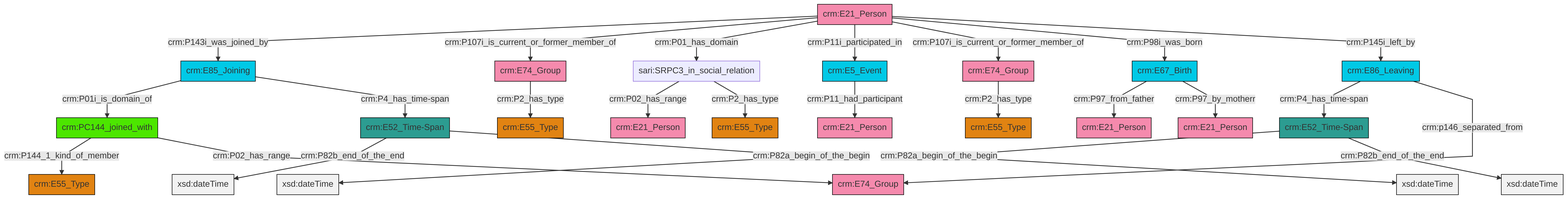
The Mermaid diagram et/personCSV/ttl/mmd/png/Person_Actor_Relations.png in swiss-art-research-net/docs.swissartresearch, before a commit. Its source is kept beside it as et/personCSV/ttl/mmd/Person_Actor_Relations.ttl.mmd.
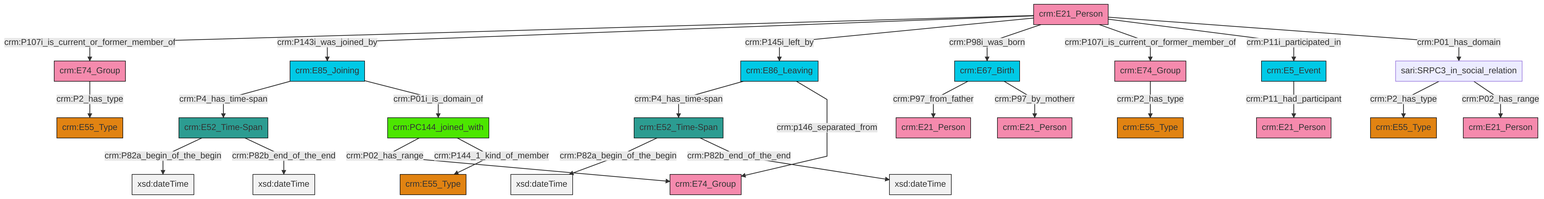
After the change.

What changed in the source:
```diff
@@ -13,27 +13,27 @@
 classDef PC_Classes fill:#4ce600, stroke:#000000;
 classDef Multi fill:#cccccc,stroke:#000000;
 
-2["crm:E67_Birth"]:::Temporal_Entity -->|crm:P97_from_father| 0["crm:E21_Person"]:::Actor
-5["crm:E21_Person"]:::Actor -->|crm:P143i_was_joined_by| 6["crm:E85_Joining"]:::Temporal_Entity
-5["crm:E21_Person"]:::Actor -->|crm:P107i_is_current_or_former_member_of| 7["crm:E74_Group"]:::Actor
-5["crm:E21_Person"]:::Actor -->|crm:P01_has_domain| 8["sari:SRPC3_in_social_relation"]:::Default
-9["crm:E5_Event"]:::Temporal_Entity -->|crm:P11_had_participant| 10["crm:E21_Person"]:::Actor
-7["crm:E74_Group"]:::Actor -->|crm:P2_has_type| 12["crm:E55_Type"]:::Type
-8["sari:SRPC3_in_social_relation"]:::Default -->|crm:P02_has_range| 13["crm:E21_Person"]:::Actor
-5["crm:E21_Person"]:::Actor -->|crm:P11i_participated_in| 9["crm:E5_Event"]:::Temporal_Entity
-5["crm:E21_Person"]:::Actor -->|crm:P107i_is_current_or_former_member_of| 18["crm:E74_Group"]:::Actor
-21["crm:E52_Time-Span"]:::Time-Span -->|crm:P82a_begin_of_the_begin| 22[xsd:dateTime]:::Literal
-5["crm:E21_Person"]:::Actor -->|crm:P98i_was_born| 2["crm:E67_Birth"]:::Temporal_Entity
-25["crm:E52_Time-Span"]:::Time-Span -->|crm:P82b_end_of_the_end| 28[xsd:dateTime]:::Literal
-30["crm:E86_Leaving"]:::Temporal_Entity -->|crm:P4_has_time-span| 21["crm:E52_Time-Span"]:::Time-Span
-30["crm:E86_Leaving"]:::Temporal_Entity -->|crm:p146_separated_from| 14["crm:E74_Group"]:::Actor
-5["crm:E21_Person"]:::Actor -->|crm:P145i_left_by| 30["crm:E86_Leaving"]:::Temporal_Entity
-2["crm:E67_Birth"]:::Temporal_Entity -->|crm:P97_by_motherr| 38["crm:E21_Person"]:::Actor
-19["crm:PC144_joined_with"]:::PC_Classes -->|crm:P144_1_kind_of_member| 23["crm:E55_Type"]:::Type
-6["crm:E85_Joining"]:::Temporal_Entity -->|crm:P01i_is_domain_of| 19["crm:PC144_joined_with"]:::PC_Classes
-18["crm:E74_Group"]:::Actor -->|crm:P2_has_type| 3["crm:E55_Type"]:::Type
-8["sari:SRPC3_in_social_relation"]:::Default -->|crm:P2_has_type| 35["crm:E55_Type"]:::Type
-19["crm:PC144_joined_with"]:::PC_Classes -->|crm:P02_has_range| 14["crm:E74_Group"]:::Actor
-6["crm:E85_Joining"]:::Temporal_Entity -->|crm:P4_has_time-span| 25["crm:E52_Time-Span"]:::Time-Span
-25["crm:E52_Time-Span"]:::Time-Span -->|crm:P82a_begin_of_the_begin| 44[xsd:dateTime]:::Literal
-21["crm:E52_Time-Span"]:::Time-Span -->|crm:P82b_end_of_the_end| 46[xsd:dateTime]:::Literal
+4["crm:E52_Time-Span"]:::Time-Span -->|crm:P82a_begin_of_the_begin| 5[xsd:dateTime]:::Literal
+4["crm:E52_Time-Span"]:::Time-Span -->|crm:P82b_end_of_the_end| 6[xsd:dateTime]:::Literal
+9["sari:SRPC3_in_social_relation"]:::Default -->|crm:P2_has_type| 10["crm:E55_Type"]:::Type
+11["crm:E21_Person"]:::Actor -->|crm:P107i_is_current_or_former_member_of| 12["crm:E74_Group"]:::Actor
+11["crm:E21_Person"]:::Actor -->|crm:P143i_was_joined_by| 13["crm:E85_Joining"]:::Temporal_Entity
+12["crm:E74_Group"]:::Actor -->|crm:P2_has_type| 14["crm:E55_Type"]:::Type
+19["crm:E52_Time-Span"]:::Time-Span -->|crm:P82a_begin_of_the_begin| 20[xsd:dateTime]:::Literal
+19["crm:E52_Time-Span"]:::Time-Span -->|crm:P82b_end_of_the_end| 21[xsd:dateTime]:::Literal
+13["crm:E85_Joining"]:::Temporal_Entity -->|crm:P4_has_time-span| 19["crm:E52_Time-Span"]:::Time-Span
+11["crm:E21_Person"]:::Actor -->|crm:P145i_left_by| 26["crm:E86_Leaving"]:::Temporal_Entity
+11["crm:E21_Person"]:::Actor -->|crm:P98i_was_born| 22["crm:E67_Birth"]:::Temporal_Entity
+22["crm:E67_Birth"]:::Temporal_Entity -->|crm:P97_from_father| 2["crm:E21_Person"]:::Actor
+17["crm:PC144_joined_with"]:::PC_Classes -->|crm:P02_has_range| 15["crm:E74_Group"]:::Actor
+13["crm:E85_Joining"]:::Temporal_Entity -->|crm:P01i_is_domain_of| 17["crm:PC144_joined_with"]:::PC_Classes
+26["crm:E86_Leaving"]:::Temporal_Entity -->|crm:P4_has_time-span| 4["crm:E52_Time-Span"]:::Time-Span
+11["crm:E21_Person"]:::Actor -->|crm:P107i_is_current_or_former_member_of| 32["crm:E74_Group"]:::Actor
+9["sari:SRPC3_in_social_relation"]:::Default -->|crm:P02_has_range| 37["crm:E21_Person"]:::Actor
+11["crm:E21_Person"]:::Actor -->|crm:P11i_participated_in| 0["crm:E5_Event"]:::Temporal_Entity
+17["crm:PC144_joined_with"]:::PC_Classes -->|crm:P144_1_kind_of_member| 7["crm:E55_Type"]:::Type
+26["crm:E86_Leaving"]:::Temporal_Entity -->|crm:p146_separated_from| 15["crm:E74_Group"]:::Actor
+0["crm:E5_Event"]:::Temporal_Entity -->|crm:P11_had_participant| 39["crm:E21_Person"]:::Actor
+11["crm:E21_Person"]:::Actor -->|crm:P01_has_domain| 9["sari:SRPC3_in_social_relation"]:::Default
+32["crm:E74_Group"]:::Actor -->|crm:P2_has_type| 27["crm:E55_Type"]:::Type
+22["crm:E67_Birth"]:::Temporal_Entity -->|crm:P97_by_motherr| 35["crm:E21_Person"]:::Actor
```
